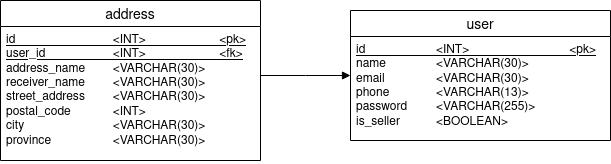
Earlier version of the draw.io export NusantaraStore051_PDM.drawio.png (borednuna/NusantaraStore051_BE). Source tidied: cells renumbered, new cells last; positions are measured from the earlier drawing's top-left corner, leaving out a move shared by most shapes.
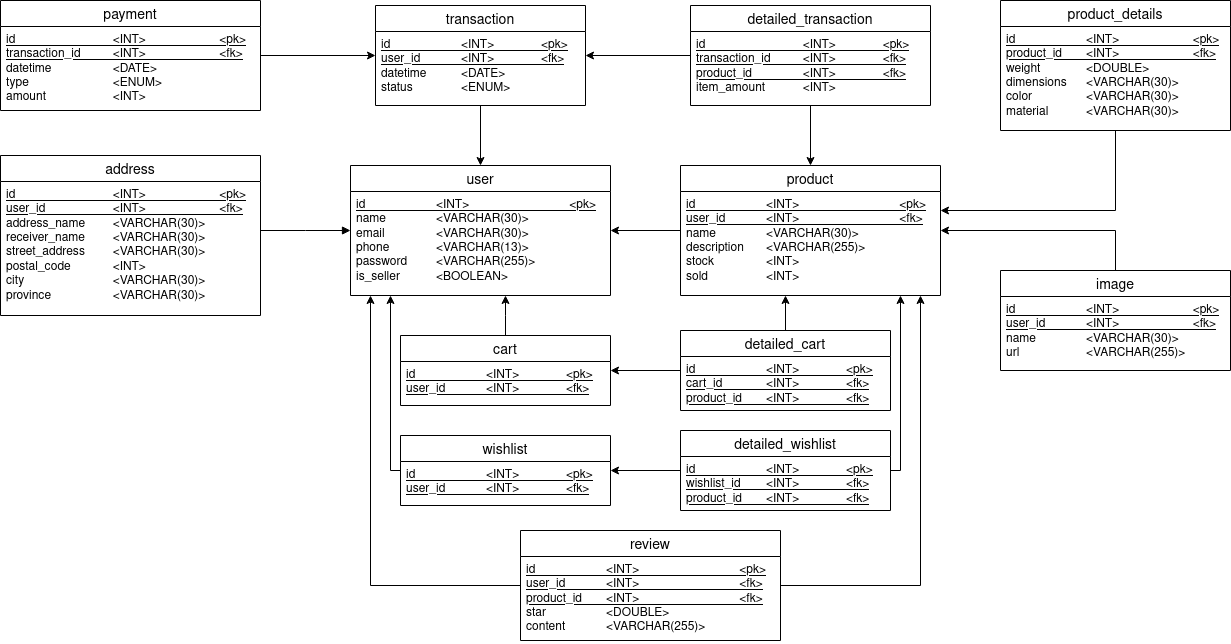
Later version of the same file.

Diff of the diagram source:
```diff
@@ -17,5 +17,141 @@
     <mxCell id="6" style="html=1;verticalAlign=bottom;endArrow=block;edgeStyle=elbowEdgeStyle;elbow=vertical;curved=0;rounded=0;" parent="1" edge="1" source="4" target="2">
       <mxGeometry relative="1" as="geometry" />
     </mxCell>
+    <mxCell id="7" value="transaction" style="swimlane;fontStyle=0;horizontal=1;startSize=26;align=center;fontSize=14;" parent="1" vertex="1">
+      <mxGeometry x="375" y="-150" width="210" height="100" as="geometry" />
+    </mxCell>
+    <mxCell id="8" value="&lt;div&gt;&lt;u&gt;id&lt;span style=&quot;white-space: pre;&quot;&gt;&#9;&lt;/span&gt;&lt;span style=&quot;white-space: pre;&quot;&gt;&#9;&lt;/span&gt;&lt;span style=&quot;white-space: pre;&quot;&gt;&#9;&lt;/span&gt;&amp;lt;INT&amp;gt;&lt;span style=&quot;white-space: pre;&quot;&gt;&#9;&lt;/span&gt;&lt;span style=&quot;white-space: pre;&quot;&gt;&#9;&lt;/span&gt;&amp;lt;pk&amp;gt;&lt;/u&gt;&lt;/div&gt;&lt;div&gt;&lt;u&gt;user_id&lt;span style=&quot;white-space: pre;&quot;&gt;&#9;&lt;/span&gt;&lt;span style=&quot;white-space: pre;&quot;&gt;&#9;&lt;/span&gt;&amp;lt;INT&amp;gt;&lt;span style=&quot;white-space: pre;&quot;&gt;&#9;&lt;/span&gt;&lt;span style=&quot;white-space: pre;&quot;&gt;&#9;&lt;/span&gt;&amp;lt;fk&amp;gt;&lt;/u&gt;&lt;/div&gt;&lt;div&gt;datetime&lt;span style=&quot;white-space: pre;&quot;&gt;&#9;&lt;/span&gt;&lt;span style=&quot;white-space: pre;&quot;&gt;&#9;&lt;/span&gt;&amp;lt;DATE&amp;gt;&lt;/div&gt;&lt;div&gt;status&lt;span style=&quot;white-space: pre;&quot;&gt;&#9;&lt;/span&gt;&lt;span style=&quot;white-space: pre;&quot;&gt;&#9;&lt;/span&gt;&amp;lt;ENUM&amp;gt;&lt;br&gt;&lt;/div&gt;" style="text;strokeColor=none;fillColor=none;spacingLeft=4;spacingRight=4;overflow=hidden;fontSize=12;whiteSpace=wrap;html=1;" parent="7" vertex="1">
+      <mxGeometry y="26" width="210" height="74" as="geometry" />
+    </mxCell>
+    <mxCell id="9" style="endArrow=classic;html=1;rounded=0;" parent="1" edge="1" source="7" target="2">
+      <mxGeometry relative="1" as="geometry" />
+    </mxCell>
+    <mxCell id="10" value="payment" style="swimlane;fontStyle=0;horizontal=1;startSize=26;align=center;fontSize=14;" parent="1" vertex="1">
+      <mxGeometry y="-155" width="260" height="110" as="geometry" />
+    </mxCell>
+    <mxCell id="11" value="&lt;div&gt;&lt;u&gt;id&lt;span style=&quot;white-space: pre;&quot;&gt;&#9;&lt;/span&gt;&lt;span style=&quot;white-space: pre;&quot;&gt;&#9;&lt;/span&gt;&lt;span style=&quot;white-space: pre;&quot;&gt;&#9;&lt;span style=&quot;white-space: pre;&quot;&gt;&#9;&lt;/span&gt;&lt;/span&gt;&amp;lt;INT&amp;gt;&lt;span style=&quot;white-space: pre;&quot;&gt;&#9;&lt;/span&gt;&lt;span style=&quot;white-space: pre;&quot;&gt;&#9;&lt;/span&gt;&lt;span style=&quot;white-space: pre;&quot;&gt;&#9;&lt;/span&gt;&amp;lt;pk&amp;gt;&lt;/u&gt;&lt;/div&gt;&lt;div&gt;&lt;u&gt;transaction_id&lt;span style=&quot;white-space: pre;&quot;&gt;&#9;&lt;/span&gt;&lt;span style=&quot;white-space: pre;&quot;&gt;&#9;&lt;/span&gt;&amp;lt;INT&amp;gt;&lt;span style=&quot;white-space: pre;&quot;&gt;&#9;&lt;/span&gt;&lt;span style=&quot;white-space: pre;&quot;&gt;&#9;&lt;/span&gt;&lt;span style=&quot;white-space: pre;&quot;&gt;&#9;&lt;/span&gt;&amp;lt;fk&amp;gt;&lt;/u&gt;&lt;/div&gt;&lt;div&gt;datetime&lt;span style=&quot;white-space: pre;&quot;&gt;&#9;&lt;/span&gt;&lt;span style=&quot;white-space: pre;&quot;&gt;&#9;&lt;/span&gt;&lt;span style=&quot;white-space: pre;&quot;&gt;&#9;&lt;/span&gt;&amp;lt;DATE&amp;gt;&lt;/div&gt;&lt;div&gt;type&lt;span style=&quot;white-space: pre;&quot;&gt;&#9;&lt;/span&gt;&lt;span style=&quot;white-space: pre;&quot;&gt;&#9;&lt;/span&gt;&lt;span style=&quot;white-space: pre;&quot;&gt;&#9;&lt;/span&gt;&lt;span style=&quot;white-space: pre;&quot;&gt;&#9;&lt;/span&gt;&amp;lt;ENUM&amp;gt;&lt;/div&gt;&lt;div&gt;amount&lt;span style=&quot;white-space: pre;&quot;&gt;&#9;&lt;/span&gt;&lt;span style=&quot;white-space: pre;&quot;&gt;&#9;&lt;/span&gt;&lt;span style=&quot;white-space: pre;&quot;&gt;&#9;&lt;/span&gt;&amp;lt;INT&amp;gt;&lt;br&gt;&lt;/div&gt;" style="text;strokeColor=none;fillColor=none;spacingLeft=4;spacingRight=4;overflow=hidden;fontSize=12;whiteSpace=wrap;html=1;" parent="10" vertex="1">
+      <mxGeometry y="26" width="260" height="84" as="geometry" />
+    </mxCell>
+    <mxCell id="12" style="endArrow=classic;html=1;rounded=0;" parent="1" edge="1" source="10" target="7">
+      <mxGeometry relative="1" as="geometry" />
+    </mxCell>
+    <mxCell id="13" value="product" style="swimlane;fontStyle=0;horizontal=1;startSize=26;align=center;fontSize=14;" parent="1" vertex="1">
+      <mxGeometry x="680" y="10" width="260" height="130" as="geometry" />
+    </mxCell>
+    <mxCell id="14" value="&lt;div&gt;&lt;u&gt;id&lt;span style=&quot;white-space: pre;&quot;&gt;&#9;&lt;/span&gt;&lt;span style=&quot;white-space: pre;&quot;&gt;&#9;&lt;/span&gt;&lt;span style=&quot;white-space: pre;&quot;&gt;&#9;&lt;/span&gt;&amp;lt;INT&amp;gt;&lt;span style=&quot;white-space: pre;&quot;&gt;&#9;&lt;/span&gt;&lt;span style=&quot;white-space: pre;&quot;&gt;&#9;&lt;/span&gt;&lt;span style=&quot;white-space: pre;&quot;&gt;&#9;&lt;/span&gt;&lt;span style=&quot;white-space: pre;&quot;&gt;&#9;&lt;/span&gt;&amp;lt;pk&amp;gt;&lt;/u&gt;&lt;/div&gt;&lt;div&gt;&lt;u&gt;user_id&lt;span style=&quot;white-space: pre;&quot;&gt;&#9;&lt;span style=&quot;white-space: pre;&quot;&gt;&#9;&lt;/span&gt;&amp;lt;INT&amp;gt;&lt;span style=&quot;white-space: pre;&quot;&gt;&#9;&lt;/span&gt;&lt;span style=&quot;white-space: pre;&quot;&gt;&#9;&lt;/span&gt;&lt;span style=&quot;white-space: pre;&quot;&gt;&#9;&lt;/span&gt;&lt;span style=&quot;white-space: pre;&quot;&gt;&#9;&lt;/span&gt;&amp;lt;fk&amp;gt;&lt;/span&gt;&lt;/u&gt;&lt;/div&gt;&lt;div&gt;name&lt;span style=&quot;white-space: pre;&quot;&gt;&#9;&lt;/span&gt;&lt;span style=&quot;white-space: pre;&quot;&gt;&#9;&lt;/span&gt;&amp;lt;VARCHAR(30)&amp;gt;&lt;/div&gt;&lt;div&gt;description&lt;span style=&quot;white-space: pre;&quot;&gt;&#9;&lt;/span&gt;&amp;lt;VARCHAR(255)&amp;gt;&lt;/div&gt;&lt;div&gt;stock&lt;span style=&quot;white-space: pre;&quot;&gt;&#9;&lt;/span&gt;&lt;span style=&quot;white-space: pre;&quot;&gt;&#9;&lt;/span&gt;&amp;lt;INT&amp;gt;&lt;/div&gt;&lt;div&gt;sold&lt;span style=&quot;white-space: pre;&quot;&gt;&#9;&lt;/span&gt;&lt;span style=&quot;white-space: pre;&quot;&gt;&#9;&lt;/span&gt;&lt;span style=&quot;white-space: pre;&quot;&gt;&#9;&lt;/span&gt;&amp;lt;INT&amp;gt;&lt;br&gt;&lt;/div&gt;&lt;br&gt;" style="text;strokeColor=none;fillColor=none;spacingLeft=4;spacingRight=4;overflow=hidden;fontSize=12;whiteSpace=wrap;html=1;" parent="13" vertex="1">
+      <mxGeometry y="26" width="260" height="104" as="geometry" />
+    </mxCell>
+    <mxCell id="15" value="detailed_transaction" style="swimlane;fontStyle=0;horizontal=1;startSize=26;align=center;fontSize=14;" parent="1" vertex="1">
+      <mxGeometry x="690" y="-150" width="240" height="100" as="geometry" />
+    </mxCell>
+    <mxCell id="16" value="&lt;div&gt;&lt;u&gt;id&lt;span style=&quot;white-space: pre;&quot;&gt;&#9;&lt;/span&gt;&lt;span style=&quot;white-space: pre;&quot;&gt;&#9;&lt;/span&gt;&lt;span style=&quot;white-space: pre;&quot;&gt;&#9;&lt;/span&gt;&lt;span style=&quot;white-space: pre;&quot;&gt;&#9;&lt;/span&gt;&amp;lt;INT&amp;gt;&lt;span style=&quot;white-space: pre;&quot;&gt;&#9;&lt;/span&gt;&lt;span style=&quot;white-space: pre;&quot;&gt;&#9;&lt;/span&gt;&amp;lt;pk&amp;gt;&lt;/u&gt;&lt;/div&gt;&lt;div&gt;&lt;u&gt;transaction_id&lt;span style=&quot;white-space: pre;&quot;&gt;&#9;&lt;/span&gt;&lt;span style=&quot;white-space: pre;&quot;&gt;&#9;&lt;/span&gt;&amp;lt;INT&amp;gt;&lt;span style=&quot;white-space: pre;&quot;&gt;&#9;&lt;/span&gt;&lt;span style=&quot;white-space: pre;&quot;&gt;&#9;&lt;/span&gt;&amp;lt;fk&amp;gt;&lt;/u&gt;&lt;/div&gt;&lt;div&gt;&lt;u&gt;product_id&lt;span style=&quot;white-space: pre;&quot;&gt;&#9;&lt;/span&gt;&lt;span style=&quot;white-space: pre;&quot;&gt;&#9;&lt;/span&gt;&amp;lt;INT&amp;gt;&lt;span style=&quot;white-space: pre;&quot;&gt;&#9;&lt;/span&gt;&lt;span style=&quot;white-space: pre;&quot;&gt;&#9;&lt;/span&gt;&amp;lt;fk&amp;gt;&lt;/u&gt;&lt;/div&gt;&lt;div&gt;item_amount&lt;span style=&quot;white-space: pre;&quot;&gt;&#9;&lt;/span&gt;&lt;span style=&quot;white-space: pre;&quot;&gt;&#9;&lt;/span&gt;&amp;lt;INT&amp;gt;&lt;br&gt;&lt;/div&gt;" style="text;strokeColor=none;fillColor=none;spacingLeft=4;spacingRight=4;overflow=hidden;fontSize=12;whiteSpace=wrap;html=1;" parent="15" vertex="1">
+      <mxGeometry y="26" width="240" height="74" as="geometry" />
+    </mxCell>
+    <mxCell id="17" style="endArrow=classic;html=1;rounded=0;" parent="1" edge="1" source="13" target="2">
+      <mxGeometry relative="1" as="geometry" />
+    </mxCell>
+    <mxCell id="18" style="endArrow=classic;html=1;rounded=0;" parent="1" edge="1" source="15" target="7">
+      <mxGeometry relative="1" as="geometry" />
+    </mxCell>
+    <mxCell id="19" style="endArrow=classic;html=1;rounded=0;" parent="1" edge="1" source="15" target="13">
+      <mxGeometry relative="1" as="geometry" />
+    </mxCell>
+    <mxCell id="20" value="product_details" style="swimlane;fontStyle=0;horizontal=1;startSize=26;align=center;fontSize=14;" parent="1" vertex="1">
+      <mxGeometry x="1000" y="-155" width="230" height="130" as="geometry" />
+    </mxCell>
+    <mxCell id="21" value="&lt;div&gt;&lt;u&gt;id&lt;span style=&quot;white-space: pre;&quot;&gt;&#9;&lt;/span&gt;&lt;span style=&quot;white-space: pre;&quot;&gt;&#9;&lt;/span&gt;&lt;span style=&quot;white-space: pre;&quot;&gt;&#9;&lt;/span&gt;&amp;lt;INT&amp;gt;&lt;span style=&quot;white-space: pre;&quot;&gt;&#9;&lt;/span&gt;&lt;span style=&quot;white-space: pre;&quot;&gt;&#9;&lt;/span&gt;&lt;span style=&quot;white-space: pre;&quot;&gt;&#9;&lt;/span&gt;&amp;lt;pk&amp;gt;&lt;/u&gt;&lt;/div&gt;&lt;div&gt;&lt;u&gt;product_id&lt;span style=&quot;white-space: pre;&quot;&gt;&#9;&lt;/span&gt;&amp;lt;INT&amp;gt;&lt;span style=&quot;white-space: pre;&quot;&gt;&#9;&lt;/span&gt;&lt;span style=&quot;white-space: pre;&quot;&gt;&#9;&lt;/span&gt;&lt;span style=&quot;white-space: pre;&quot;&gt;&#9;&lt;/span&gt;&amp;lt;fk&amp;gt;&lt;/u&gt;&lt;/div&gt;&lt;div&gt;weight&lt;span style=&quot;white-space: pre;&quot;&gt;&#9;&lt;/span&gt;&lt;span style=&quot;white-space: pre;&quot;&gt;&#9;&lt;/span&gt;&amp;lt;DOUBLE&amp;gt;&lt;/div&gt;&lt;div&gt;dimensions&lt;span style=&quot;white-space: pre;&quot;&gt;&#9;&lt;/span&gt;&amp;lt;VARCHAR(30)&amp;gt;&lt;/div&gt;&lt;div&gt;color&lt;span style=&quot;white-space: pre;&quot;&gt;&#9;&lt;/span&gt;&lt;span style=&quot;white-space: pre;&quot;&gt;&#9;&lt;/span&gt;&amp;lt;VARCHAR(30)&amp;gt;&lt;/div&gt;&lt;div&gt;material&lt;span style=&quot;white-space: pre;&quot;&gt;&#9;&lt;/span&gt;&lt;span style=&quot;white-space: pre;&quot;&gt;&#9;&lt;/span&gt;&amp;lt;VARCHAR(30)&amp;gt;&lt;br&gt;&lt;/div&gt;" style="text;strokeColor=none;fillColor=none;spacingLeft=4;spacingRight=4;overflow=hidden;fontSize=12;whiteSpace=wrap;html=1;" parent="20" vertex="1">
+      <mxGeometry y="26" width="230" height="104" as="geometry" />
+    </mxCell>
+    <mxCell id="22" style="endArrow=classic;html=1;rounded=0;edgeStyle=orthogonalEdgeStyle;" parent="1" edge="1" source="20" target="13">
+      <mxGeometry relative="1" as="geometry">
+        <Array as="points">
+          <mxPoint x="1115" y="55" />
+        </Array>
+      </mxGeometry>
+    </mxCell>
+    <mxCell id="23" value="image" style="swimlane;fontStyle=0;horizontal=1;startSize=26;align=center;fontSize=14;" parent="1" vertex="1">
+      <mxGeometry x="1000" y="115" width="230" height="100" as="geometry" />
+    </mxCell>
+    <mxCell id="24" value="&lt;div&gt;&lt;u&gt;id&lt;span style=&quot;white-space: pre;&quot;&gt;&#9;&lt;/span&gt;&lt;span style=&quot;white-space: pre;&quot;&gt;&#9;&lt;/span&gt;&lt;span style=&quot;white-space: pre;&quot;&gt;&#9;&lt;/span&gt;&amp;lt;INT&amp;gt;&lt;span style=&quot;white-space: pre;&quot;&gt;&#9;&lt;/span&gt;&lt;span style=&quot;white-space: pre;&quot;&gt;&#9;&lt;/span&gt;&lt;span style=&quot;white-space: pre;&quot;&gt;&#9;&lt;/span&gt;&amp;lt;pk&amp;gt;&lt;/u&gt;&lt;/div&gt;&lt;div&gt;&lt;u&gt;user_id&lt;span style=&quot;white-space: pre;&quot;&gt;&#9;&lt;/span&gt;&lt;span style=&quot;white-space: pre;&quot;&gt;&#9;&lt;/span&gt;&amp;lt;INT&amp;gt;&lt;span style=&quot;white-space: pre;&quot;&gt;&#9;&lt;/span&gt;&lt;span style=&quot;white-space: pre;&quot;&gt;&#9;&lt;/span&gt;&lt;span style=&quot;white-space: pre;&quot;&gt;&#9;&lt;/span&gt;&amp;lt;fk&amp;gt;&lt;/u&gt;&lt;/div&gt;&lt;div&gt;name&lt;span style=&quot;white-space: pre;&quot;&gt;&#9;&lt;/span&gt;&lt;span style=&quot;white-space: pre;&quot;&gt;&#9;&lt;/span&gt;&amp;lt;VARCHAR(30)&amp;gt;&lt;/div&gt;&lt;div&gt;url&lt;span style=&quot;white-space: pre;&quot;&gt;&#9;&lt;/span&gt;&lt;span style=&quot;white-space: pre;&quot;&gt;&#9;&lt;/span&gt;&lt;span style=&quot;white-space: pre;&quot;&gt;&#9;&lt;/span&gt;&amp;lt;VARCHAR(255)&amp;gt;&lt;br&gt;&lt;/div&gt;" style="text;strokeColor=none;fillColor=none;spacingLeft=4;spacingRight=4;overflow=hidden;fontSize=12;whiteSpace=wrap;html=1;" parent="23" vertex="1">
+      <mxGeometry y="26" width="230" height="74" as="geometry" />
+    </mxCell>
+    <mxCell id="25" style="endArrow=classic;html=1;rounded=0;edgeStyle=orthogonalEdgeStyle;" parent="1" edge="1" source="23" target="13">
+      <mxGeometry relative="1" as="geometry">
+        <Array as="points">
+          <mxPoint x="1115" y="75" />
+        </Array>
+      </mxGeometry>
+    </mxCell>
+    <mxCell id="26" value="cart" style="swimlane;fontStyle=0;horizontal=1;startSize=26;align=center;fontSize=14;" parent="1" vertex="1">
+      <mxGeometry x="400" y="180" width="210" height="70" as="geometry" />
+    </mxCell>
+    <mxCell id="27" value="&lt;div&gt;&lt;u&gt;id&lt;span style=&quot;white-space: pre;&quot;&gt;&#9;&lt;/span&gt;&lt;span style=&quot;white-space: pre;&quot;&gt;&#9;&lt;/span&gt;&lt;span style=&quot;white-space: pre;&quot;&gt;&#9;&lt;/span&gt;&amp;lt;INT&amp;gt;&lt;span style=&quot;white-space: pre;&quot;&gt;&#9;&lt;/span&gt;&lt;span style=&quot;white-space: pre;&quot;&gt;&#9;&lt;/span&gt;&amp;lt;pk&amp;gt;&lt;/u&gt;&lt;/div&gt;&lt;u&gt;user_id&lt;span style=&quot;white-space: pre;&quot;&gt;&#9;&lt;span style=&quot;white-space: pre;&quot;&gt;&#9;&lt;/span&gt;&amp;lt;INT&amp;gt;&lt;span style=&quot;white-space: pre;&quot;&gt;&#9;&lt;/span&gt;&lt;span style=&quot;white-space: pre;&quot;&gt;&#9;&lt;/span&gt;&amp;lt;fk&amp;gt;&lt;/span&gt;&lt;/u&gt;" style="text;strokeColor=none;fillColor=none;spacingLeft=4;spacingRight=4;overflow=hidden;fontSize=12;whiteSpace=wrap;html=1;" parent="26" vertex="1">
+      <mxGeometry y="26" width="210" height="44" as="geometry" />
+    </mxCell>
+    <mxCell id="28" value="detailed_cart" style="swimlane;fontStyle=0;horizontal=1;startSize=26;align=center;fontSize=14;" parent="1" vertex="1">
+      <mxGeometry x="680" y="175" width="210" height="80" as="geometry" />
+    </mxCell>
+    <mxCell id="29" value="&lt;div&gt;&lt;u&gt;id&lt;span style=&quot;white-space: pre;&quot;&gt;&#9;&lt;/span&gt;&lt;span style=&quot;white-space: pre;&quot;&gt;&#9;&lt;/span&gt;&lt;span style=&quot;white-space: pre;&quot;&gt;&#9;&lt;/span&gt;&amp;lt;INT&amp;gt;&lt;span style=&quot;white-space: pre;&quot;&gt;&#9;&lt;/span&gt;&lt;span style=&quot;white-space: pre;&quot;&gt;&#9;&lt;/span&gt;&amp;lt;pk&amp;gt;&lt;/u&gt;&lt;/div&gt;&lt;div&gt;&lt;u&gt;cart_id&lt;span style=&quot;white-space: pre;&quot;&gt;&#9;&lt;/span&gt;&lt;span style=&quot;white-space: pre;&quot;&gt;&#9;&lt;/span&gt;&amp;lt;INT&amp;gt;&lt;span style=&quot;white-space: pre;&quot;&gt;&#9;&lt;/span&gt;&lt;span style=&quot;white-space: pre;&quot;&gt;&#9;&lt;/span&gt;&amp;lt;fk&amp;gt;&lt;/u&gt;&lt;/div&gt;&lt;div&gt;&lt;u&gt;product_id&lt;span style=&quot;white-space: pre;&quot;&gt;&#9;&lt;/span&gt;&amp;lt;INT&amp;gt;&lt;span style=&quot;white-space: pre;&quot;&gt;&#9;&lt;/span&gt;&lt;span style=&quot;white-space: pre;&quot;&gt;&#9;&lt;/span&gt;&amp;lt;fk&amp;gt;&lt;br&gt;&lt;/u&gt;&lt;/div&gt;" style="text;strokeColor=none;fillColor=none;spacingLeft=4;spacingRight=4;overflow=hidden;fontSize=12;whiteSpace=wrap;html=1;" parent="28" vertex="1">
+      <mxGeometry y="26" width="210" height="54" as="geometry" />
+    </mxCell>
+    <mxCell id="30" style="endArrow=classic;html=1;rounded=0;edgeStyle=elbowEdgeStyle;" parent="1" edge="1" source="26" target="2">
+      <mxGeometry relative="1" as="geometry" />
+    </mxCell>
+    <mxCell id="31" style="endArrow=classic;html=1;rounded=0;" parent="1" edge="1" source="28" target="26">
+      <mxGeometry relative="1" as="geometry" />
+    </mxCell>
+    <mxCell id="32" style="endArrow=classic;html=1;rounded=0;edgeStyle=elbowEdgeStyle;" parent="1" edge="1" source="28" target="13">
+      <mxGeometry relative="1" as="geometry" />
+    </mxCell>
+    <mxCell id="33" value="wishlist" style="swimlane;fontStyle=0;horizontal=1;startSize=26;align=center;fontSize=14;" parent="1" vertex="1">
+      <mxGeometry x="400" y="280" width="210" height="70" as="geometry" />
+    </mxCell>
+    <mxCell id="34" value="&lt;div&gt;&lt;u&gt;id&lt;span style=&quot;white-space: pre;&quot;&gt;&#9;&lt;/span&gt;&lt;span style=&quot;white-space: pre;&quot;&gt;&#9;&lt;/span&gt;&lt;span style=&quot;white-space: pre;&quot;&gt;&#9;&lt;/span&gt;&amp;lt;INT&amp;gt;&lt;span style=&quot;white-space: pre;&quot;&gt;&#9;&lt;/span&gt;&lt;span style=&quot;white-space: pre;&quot;&gt;&#9;&lt;/span&gt;&amp;lt;pk&amp;gt;&lt;/u&gt;&lt;/div&gt;&lt;u&gt;user_id&lt;span style=&quot;white-space: pre;&quot;&gt;&#9;&lt;span style=&quot;white-space: pre;&quot;&gt;&#9;&lt;/span&gt;&amp;lt;INT&amp;gt;&lt;span style=&quot;white-space: pre;&quot;&gt;&#9;&lt;/span&gt;&lt;span style=&quot;white-space: pre;&quot;&gt;&#9;&lt;/span&gt;&amp;lt;fk&amp;gt;&lt;/span&gt;&lt;/u&gt;" style="text;strokeColor=none;fillColor=none;spacingLeft=4;spacingRight=4;overflow=hidden;fontSize=12;whiteSpace=wrap;html=1;" parent="33" vertex="1">
+      <mxGeometry y="26" width="210" height="44" as="geometry" />
+    </mxCell>
+    <mxCell id="35" style="endArrow=classic;html=1;rounded=0;edgeStyle=elbowEdgeStyle;" parent="1" edge="1" source="33" target="2">
+      <mxGeometry relative="1" as="geometry">
+        <Array as="points">
+          <mxPoint x="390" y="165" />
+          <mxPoint x="400" y="208" />
+        </Array>
+      </mxGeometry>
+    </mxCell>
+    <mxCell id="36" value="detailed_wishlist" style="swimlane;fontStyle=0;horizontal=1;startSize=26;align=center;fontSize=14;" parent="1" vertex="1">
+      <mxGeometry x="680" y="275" width="210" height="80" as="geometry" />
+    </mxCell>
+    <mxCell id="37" value="&lt;div&gt;&lt;u&gt;id&lt;span style=&quot;white-space: pre;&quot;&gt;&#9;&lt;/span&gt;&lt;span style=&quot;white-space: pre;&quot;&gt;&#9;&lt;/span&gt;&lt;span style=&quot;white-space: pre;&quot;&gt;&#9;&lt;/span&gt;&amp;lt;INT&amp;gt;&lt;span style=&quot;white-space: pre;&quot;&gt;&#9;&lt;/span&gt;&lt;span style=&quot;white-space: pre;&quot;&gt;&#9;&lt;/span&gt;&amp;lt;pk&amp;gt;&lt;/u&gt;&lt;/div&gt;&lt;div&gt;&lt;u&gt;wishlist_id&lt;span style=&quot;white-space: pre;&quot;&gt;&#9;&lt;/span&gt;&amp;lt;INT&amp;gt;&lt;span style=&quot;white-space: pre;&quot;&gt;&#9;&lt;/span&gt;&lt;span style=&quot;white-space: pre;&quot;&gt;&#9;&lt;/span&gt;&amp;lt;fk&amp;gt;&lt;/u&gt;&lt;/div&gt;&lt;div&gt;&lt;u&gt;product_id&lt;span style=&quot;white-space: pre;&quot;&gt;&#9;&lt;/span&gt;&amp;lt;INT&amp;gt;&lt;span style=&quot;white-space: pre;&quot;&gt;&#9;&lt;/span&gt;&lt;span style=&quot;white-space: pre;&quot;&gt;&#9;&lt;/span&gt;&amp;lt;fk&amp;gt;&lt;br&gt;&lt;/u&gt;&lt;/div&gt;" style="text;strokeColor=none;fillColor=none;spacingLeft=4;spacingRight=4;overflow=hidden;fontSize=12;whiteSpace=wrap;html=1;" parent="36" vertex="1">
+      <mxGeometry y="26" width="210" height="54" as="geometry" />
+    </mxCell>
+    <mxCell id="38" style="endArrow=classic;html=1;rounded=0;" parent="1" edge="1" source="36" target="33">
+      <mxGeometry relative="1" as="geometry" />
+    </mxCell>
+    <mxCell id="39" style="endArrow=classic;html=1;rounded=0;edgeStyle=elbowEdgeStyle;" parent="1" edge="1" source="36" target="13">
+      <mxGeometry relative="1" as="geometry">
+        <Array as="points">
+          <mxPoint x="900" y="215" />
+        </Array>
+      </mxGeometry>
+    </mxCell>
+    <mxCell id="40" value="review" style="swimlane;fontStyle=0;horizontal=1;startSize=26;align=center;fontSize=14;" parent="1" vertex="1">
+      <mxGeometry x="520" y="375" width="260" height="110" as="geometry" />
+    </mxCell>
+    <mxCell id="41" value="&lt;div&gt;&lt;u&gt;id&lt;span style=&quot;white-space: pre;&quot;&gt;&#9;&lt;/span&gt;&lt;span style=&quot;white-space: pre;&quot;&gt;&#9;&lt;/span&gt;&lt;span style=&quot;white-space: pre;&quot;&gt;&#9;&lt;/span&gt;&amp;lt;INT&amp;gt;&lt;span style=&quot;white-space: pre;&quot;&gt;&#9;&lt;/span&gt;&lt;span style=&quot;white-space: pre;&quot;&gt;&#9;&lt;/span&gt;&lt;span style=&quot;white-space: pre;&quot;&gt;&#9;&lt;/span&gt;&lt;span style=&quot;white-space: pre;&quot;&gt;&#9;&lt;/span&gt;&amp;lt;pk&amp;gt;&lt;/u&gt;&lt;/div&gt;&lt;u&gt;user_id&lt;span style=&quot;white-space: pre;&quot;&gt;&#9;&lt;span style=&quot;white-space: pre;&quot;&gt;&#9;&lt;/span&gt;&amp;lt;INT&amp;gt;&lt;span style=&quot;white-space: pre;&quot;&gt;&#9;&lt;/span&gt;&lt;span style=&quot;white-space: pre;&quot;&gt;&#9;&lt;/span&gt;&lt;span style=&quot;white-space: pre;&quot;&gt;&#9;&lt;/span&gt;&lt;span style=&quot;white-space: pre;&quot;&gt;&#9;&lt;/span&gt;&amp;lt;fk&amp;gt;&lt;br/&gt;product_id&lt;span style=&quot;white-space: pre;&quot;&gt;&#9;&lt;/span&gt;&amp;lt;INT&amp;gt;&lt;span style=&quot;white-space: pre;&quot;&gt;&#9;&lt;/span&gt;&lt;span style=&quot;white-space: pre;&quot;&gt;&#9;&lt;/span&gt;&lt;span style=&quot;white-space: pre;&quot;&gt;&#9;&lt;/span&gt;&lt;span style=&quot;white-space: pre;&quot;&gt;&#9;&lt;/span&gt;&amp;lt;fk&amp;gt;&lt;br/&gt;&lt;/span&gt;&lt;/u&gt;&lt;span style=&quot;white-space: pre;&quot;&gt;star&lt;span style=&quot;white-space: pre;&quot;&gt;&#9;&lt;/span&gt;&lt;span style=&quot;white-space: pre;&quot;&gt;&#9;&lt;/span&gt;&lt;span style=&quot;white-space: pre;&quot;&gt;&#9;&lt;/span&gt;&amp;lt;DOUBLE&amp;gt;&lt;br/&gt;content&lt;span style=&quot;white-space: pre;&quot;&gt;&#9;&lt;/span&gt;&lt;span style=&quot;white-space: pre;&quot;&gt;&#9;&lt;/span&gt;&amp;lt;VARCHAR(255)&amp;gt;&lt;br&gt;&lt;/span&gt;" style="text;strokeColor=none;fillColor=none;spacingLeft=4;spacingRight=4;overflow=hidden;fontSize=12;whiteSpace=wrap;html=1;" parent="40" vertex="1">
+      <mxGeometry y="26" width="260" height="84" as="geometry" />
+    </mxCell>
+    <mxCell id="42" style="endArrow=classic;html=1;rounded=0;edgeStyle=elbowEdgeStyle;" parent="1" edge="1" source="40" target="2">
+      <mxGeometry relative="1" as="geometry">
+        <Array as="points">
+          <mxPoint x="370" y="235" />
+        </Array>
+      </mxGeometry>
+    </mxCell>
+    <mxCell id="43" style="endArrow=classic;html=1;rounded=0;edgeStyle=elbowEdgeStyle;" parent="1" edge="1" source="40" target="13">
+      <mxGeometry relative="1" as="geometry">
+        <Array as="points">
+          <mxPoint x="920" y="245" />
+        </Array>
+      </mxGeometry>
+    </mxCell>
   </root>
 </mxGraphModel>
```
